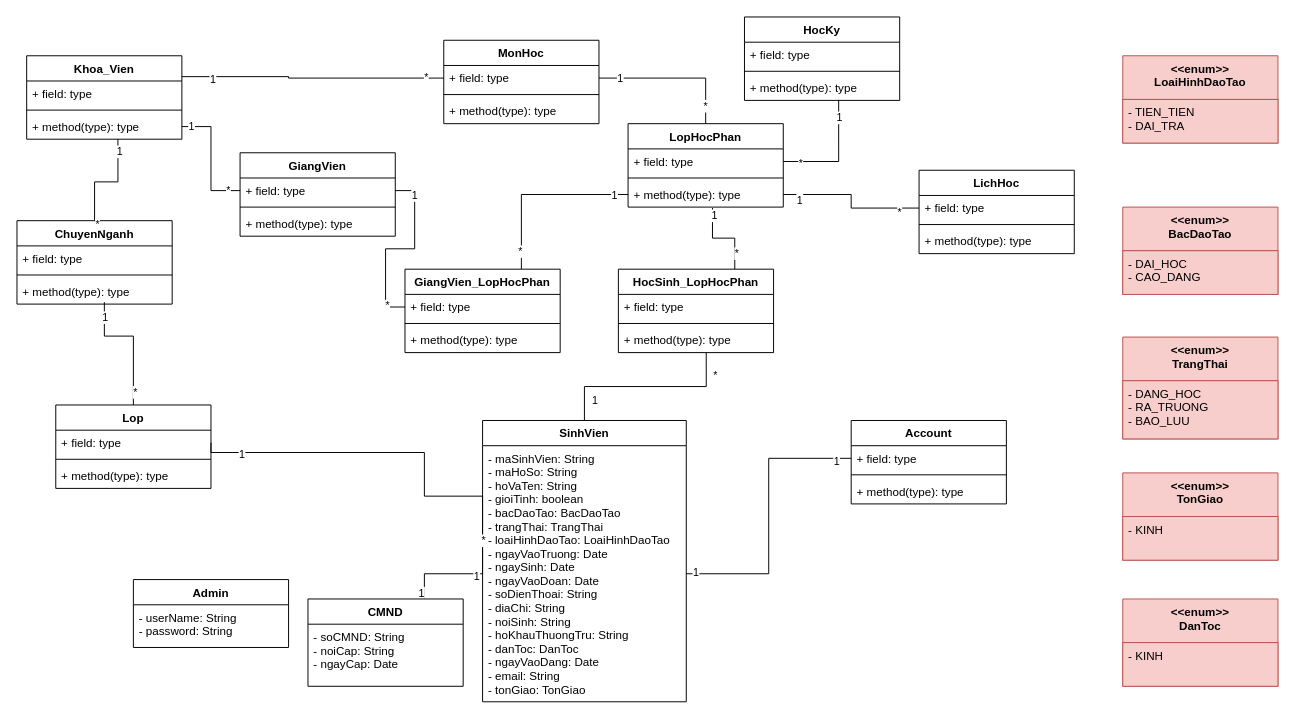
duchoan6814/Truong-Duc-Hoan keeps this draw.io diagram as CMN_Class.drawio. Above is the earlier version. Source tidied: cells renumbered, new cells numbered last; positions are measured from the earlier drawing's top-left corner, leaving out a move shared by most shapes. Both pictures are drawn from the tidied source at 97%, with x=0, y=0 at pixel (16, 16).
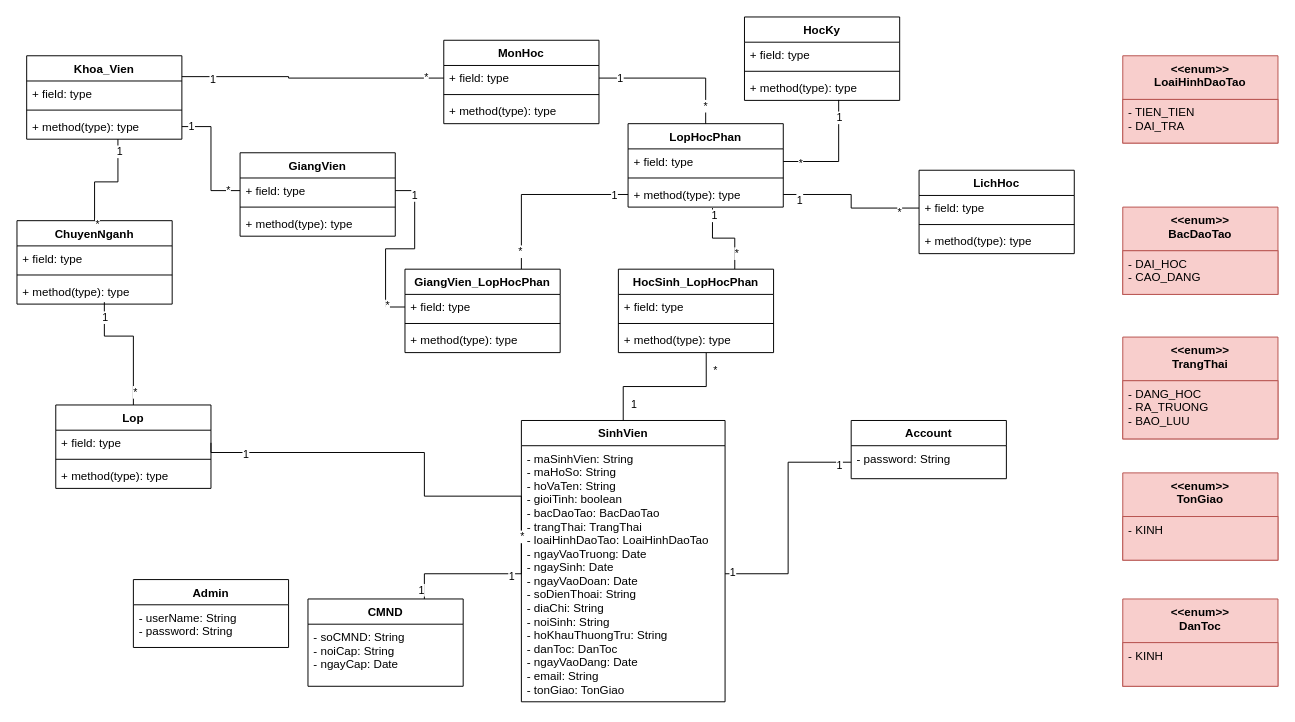
The same diagram, later.

The edit, as a diff of the source:
```diff
@@
     <mxCell id="2" value="SinhVien" style="swimlane;fontStyle=1;align=center;verticalAlign=top;horizontal=1;startSize=26;" parent="1" vertex="1">
-      <mxGeometry x="480" y="416" width="210" height="290" as="geometry" />
+      <mxGeometry x="520" y="416" width="210" height="290" as="geometry" />
     </mxCell>
@@
     <mxCell id="66" value="Account" style="swimlane;fontStyle=1;align=center;verticalAlign=top;horizontal=1;startSize=26;" parent="1" vertex="1">
-      <mxGeometry x="860" y="416" width="160" height="86" as="geometry" />
+      <mxGeometry x="860" y="416" width="160" height="60" as="geometry" />
     </mxCell>
-    <mxCell id="67" value="+ field: type" style="text;strokeColor=none;fillColor=none;align=left;verticalAlign=top;spacingLeft=4;spacingRight=4;overflow=hidden;points=[[0,0.5],[1,0.5]];portConstraint=eastwest;" parent="66" vertex="1">
-      <mxGeometry y="26" width="160" height="26" as="geometry" />
+    <mxCell id="67" value="- password: String" style="text;strokeColor=none;fillColor=none;align=left;verticalAlign=top;spacingLeft=4;spacingRight=4;overflow=hidden;points=[[0,0.5],[1,0.5]];portConstraint=eastwest;" parent="66" vertex="1">
+      <mxGeometry y="26" width="160" height="34" as="geometry" />
     </mxCell>
-    <mxCell id="68" style="line;strokeWidth=1;fillColor=none;align=left;verticalAlign=middle;spacingTop=-1;spacingLeft=3;spacingRight=3;labelPosition=right;" parent="66" vertex="1">
-      <mxGeometry y="52" width="160" height="8" as="geometry" />
-    </mxCell>
-    <mxCell id="69" value="+ method(type): type" style="text;strokeColor=none;fillColor=none;align=left;verticalAlign=top;spacingLeft=4;spacingRight=4;overflow=hidden;" parent="66" vertex="1">
-      <mxGeometry y="60" width="160" height="26" as="geometry" />
-    </mxCell>
```
